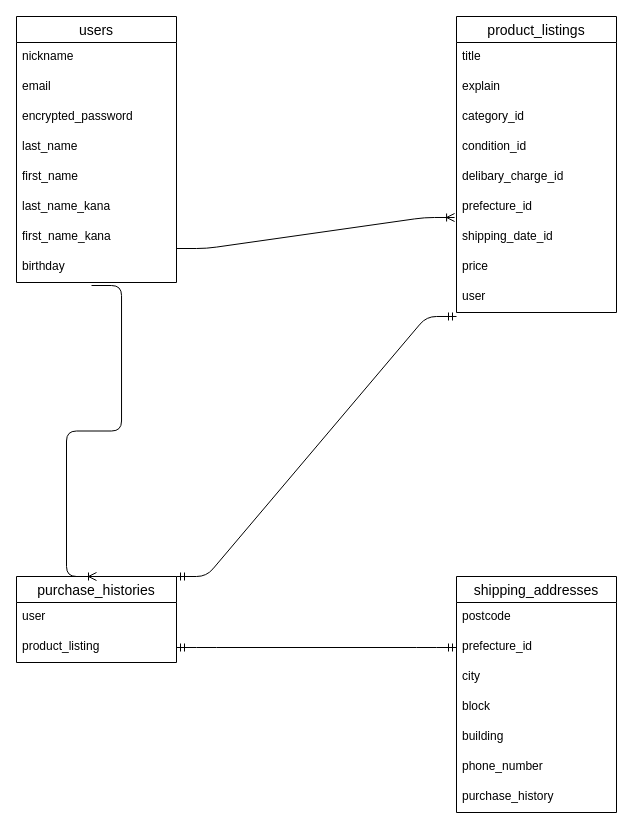
Before: app/views/test.dio in seiya-ishizu/furima-38026, a draw.io diagram. Source tidied: cells renumbered, new cells numbered last; positions are measured from the earlier drawing's top-left corner, leaving out a move shared by most shapes. Both pictures are drawn from the tidied source at 100%, with x=0, y=0 at pixel (16, 16).
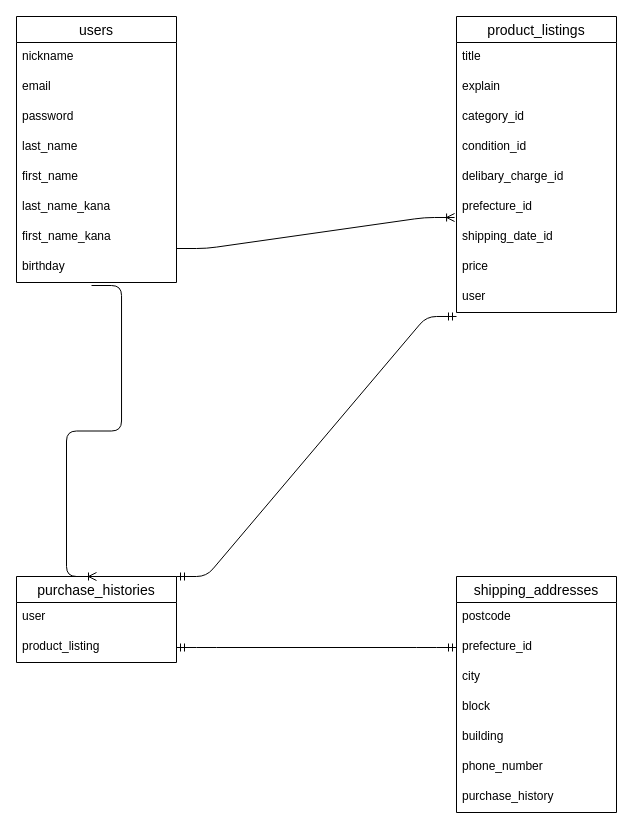
After the change.

The change refers to these unchanged cells:
```xml
<mxCell id="2" value="users" style="swimlane;fontStyle=0;horizontal=1;startSize=26;align=center;fontSize=14;" parent="1" vertex="1">
  <mxGeometry width="160" height="266" as="geometry" />
</mxCell>
```

Diff of the diagram source:
```diff
@@
-    <mxCell id="5" value="encrypted_password" style="text;strokeColor=none;fillColor=none;spacingLeft=4;spacingRight=4;overflow=hidden;fontSize=12;" parent="2" vertex="1">
+    <mxCell id="5" value="password" style="text;strokeColor=none;fillColor=none;spacingLeft=4;spacingRight=4;overflow=hidden;fontSize=12;" parent="2" vertex="1">
       <mxGeometry y="86" width="160" height="30" as="geometry" />
     </mxCell>
```
